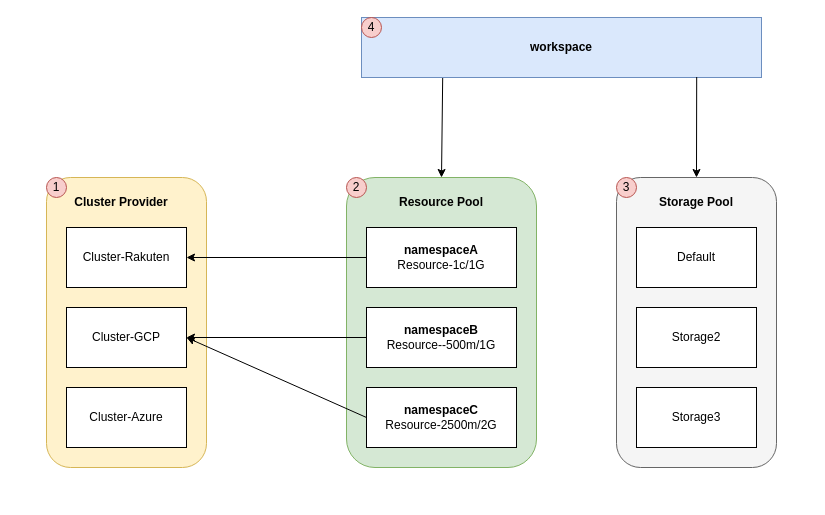
Before: page "Page-3" (2 of 3) of Resource_Pool2.drawio in LiuJin1203/graph, a draw.io diagram. Source tidied: cells renumbered, new cells numbered last; positions are measured from the earlier drawing's top-left corner, leaving out a move shared by most shapes. Both pictures are drawn from the tidied source at 100%, with x=0, y=0 at pixel (46, 17).
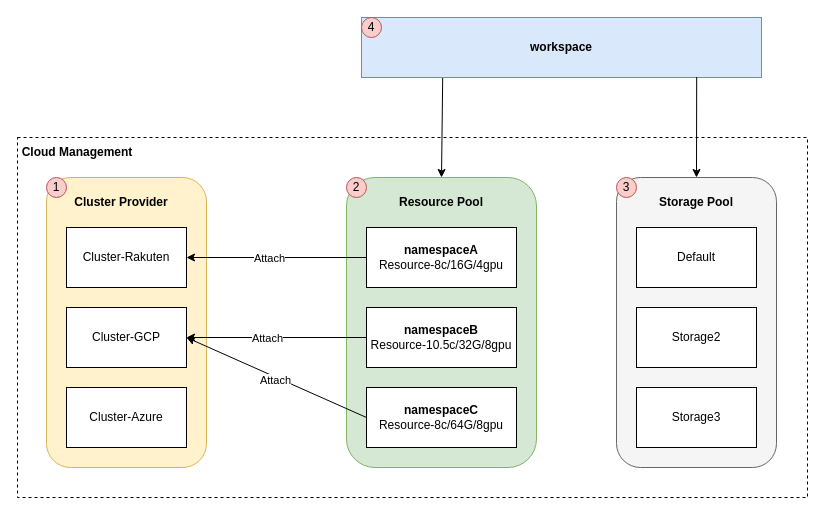
The same diagram, later.

The change refers to these unchanged cells:
```xml
<mxCell id="19" style="rounded=0;jettySize=auto;html=1;exitX=0;exitY=0.5;exitDx=0;exitDy=0;entryX=1;entryY=0.5;entryDx=0;entryDy=0;startArrow=none;startFill=0;endArrow=classic;endFill=1;" parent="1" edge="1" source="20" target="6">
  <mxGeometry relative="1" as="geometry" />
</mxCell>
<mxCell id="21" style="edgeStyle=none;rounded=0;jettySize=auto;html=1;exitX=0;exitY=0.5;exitDx=0;exitDy=0;entryX=1;entryY=0.5;entryDx=0;entryDy=0;startArrow=none;startFill=0;endArrow=classic;endFill=1;" parent="1" edge="1" source="22" target="6">
  <mxGeometry relative="1" as="geometry" />
</mxCell>
<mxCell id="23" style="edgeStyle=orthogonalEdgeStyle;rounded=0;jettySize=auto;html=1;exitX=0;exitY=0.5;exitDx=0;exitDy=0;startArrow=none;startFill=0;endArrow=classic;endFill=1;" parent="1" edge="1" source="24" target="8">
  <mxGeometry relative="1" as="geometry" />
</mxCell>
```

Change to the diagram source:
```diff
@@
+    <mxCell id="29" style="rounded=0;whiteSpace=wrap;html=1;dashed=1;fillColor=none;strokeColor=#000000;" parent="1" vertex="1">
+      <mxGeometry x="-29" y="120" width="790" height="360" as="geometry" />
+    </mxCell>
@@
+    <mxCell id="30" value="Attach" style="edgeLabel;html=1;align=center;verticalAlign=middle;" parent="19" vertex="1">
+      <mxGeometry x="0.13" relative="1" as="geometry">
+        <mxPoint x="2" as="offset" />
+      </mxGeometry>
+    </mxCell>
-    <mxCell id="20" value="&lt;b&gt;namespaceB&lt;/b&gt;&lt;br&gt;Resource--500m/1G" style="rounded=0;whiteSpace=wrap;html=1;" parent="1" vertex="1">
+    <mxCell id="20" value="&lt;b&gt;namespaceB&lt;/b&gt;&lt;br&gt;Resource-10.5c/32G/8gpu" style="rounded=0;whiteSpace=wrap;html=1;" parent="1" vertex="1">
       <mxGeometry x="320" y="290" width="150" height="60" as="geometry" />
     </mxCell>
@@
+    <mxCell id="31" value="Attach" style="edgeLabel;html=1;align=center;verticalAlign=middle;" parent="21" vertex="1">
+      <mxGeometry x="0.01" y="3" relative="1" as="geometry" />
+    </mxCell>
-    <mxCell id="22" value="&lt;b&gt;namespaceC&lt;/b&gt;&lt;br&gt;Resource-2500m/2G" style="rounded=0;whiteSpace=wrap;html=1;" parent="1" vertex="1">
+    <mxCell id="22" value="&lt;b&gt;namespaceC&lt;/b&gt;&lt;br&gt;Resource-8c/64G/8gpu" style="rounded=0;whiteSpace=wrap;html=1;" parent="1" vertex="1">
       <mxGeometry x="320" y="370" width="150" height="60" as="geometry" />
     </mxCell>
@@
+    <mxCell id="32" value="Attach" style="edgeLabel;html=1;align=center;verticalAlign=middle;" parent="23" vertex="1">
+      <mxGeometry x="0.09" relative="1" as="geometry" />
+    </mxCell>
-    <mxCell id="24" value="&lt;b&gt;namespaceA&lt;/b&gt;&lt;br&gt;Resource-1c/1G" style="rounded=0;whiteSpace=wrap;html=1;" parent="1" vertex="1">
+    <mxCell id="24" value="&lt;b&gt;namespaceA&lt;/b&gt;&lt;br&gt;Resource-8c/16G/4gpu" style="rounded=0;whiteSpace=wrap;html=1;" parent="1" vertex="1">
       <mxGeometry x="320" y="210" width="150" height="60" as="geometry" />
     </mxCell>
@@
+    <mxCell id="33" value="&lt;b&gt;Cloud Management&lt;/b&gt;" style="text;html=1;strokeColor=none;fillColor=none;align=center;verticalAlign=middle;whiteSpace=wrap;rounded=0;dashed=1;" parent="1" vertex="1">
+      <mxGeometry x="-29" y="120" width="120" height="30" as="geometry" />
+    </mxCell>
```
